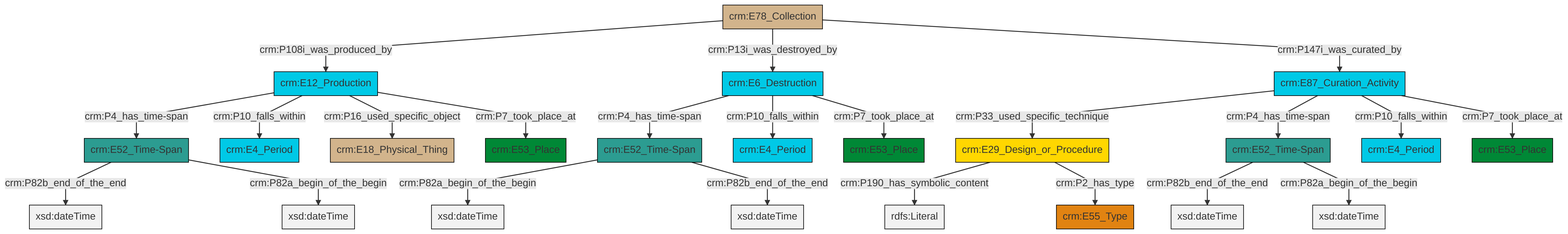
swiss-art-research-net/docs.swissartresearch keeps this Mermaid diagram as et/archivalCSV/ttl/mmd/png/archival_existence.png. Above is the earlier version. Its source is kept beside it as et/archivalCSV/ttl/mmd/archival_existence.ttl.mmd.
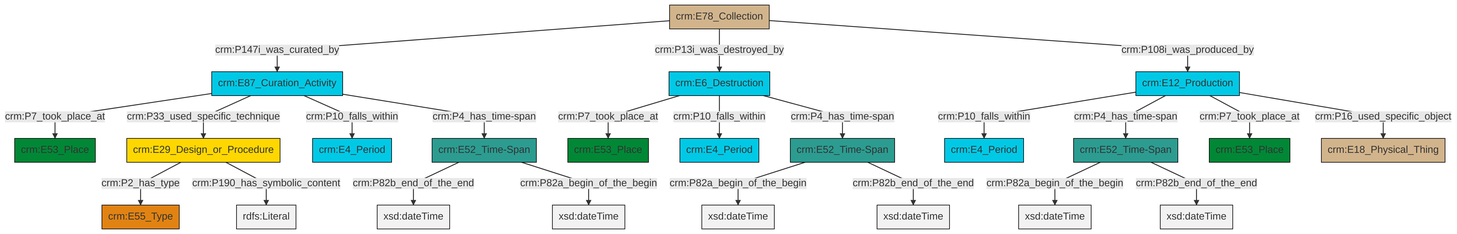
The same file after the commit.

The edit, as a diff of the source:
```diff
@@ -13,25 +13,25 @@
 classDef PC_Classes fill:#4ce600, stroke:#000000;
 classDef Multi fill:#cccccc,stroke:#000000;
 
-2["crm:E78_Collection"]:::Physical_Thing -->|crm:P108i_was_produced_by| 3["crm:E12_Production"]:::Temporal_Entity
-6["crm:E29_Design_or_Procedure"]:::Conceptual_Object -->|crm:P190_has_symbolic_content| 7[rdfs:Literal]:::Literal
-3["crm:E12_Production"]:::Temporal_Entity -->|crm:P4_has_time-span| 10["crm:E52_Time-Span"]:::Time-Span
-8["crm:E6_Destruction"]:::Temporal_Entity -->|crm:P4_has_time-span| 11["crm:E52_Time-Span"]:::Time-Span
-8["crm:E6_Destruction"]:::Temporal_Entity -->|crm:P10_falls_within| 12["crm:E4_Period"]:::Temporal_Entity
-2["crm:E78_Collection"]:::Physical_Thing -->|crm:P13i_was_destroyed_by| 8["crm:E6_Destruction"]:::Temporal_Entity
-3["crm:E12_Production"]:::Temporal_Entity -->|crm:P10_falls_within| 4["crm:E4_Period"]:::Temporal_Entity
-16["crm:E87_Curation_Activity"]:::Temporal_Entity -->|crm:P33_used_specific_technique| 6["crm:E29_Design_or_Procedure"]:::Conceptual_Object
-3["crm:E12_Production"]:::Temporal_Entity -->|crm:P16_used_specific_object| 21["crm:E18_Physical_Thing"]:::Physical_Thing
-6["crm:E29_Design_or_Procedure"]:::Conceptual_Object -->|crm:P2_has_type| 17["crm:E55_Type"]:::Type
-16["crm:E87_Curation_Activity"]:::Temporal_Entity -->|crm:P4_has_time-span| 25["crm:E52_Time-Span"]:::Time-Span
-10["crm:E52_Time-Span"]:::Time-Span -->|crm:P82b_end_of_the_end| 26[xsd:dateTime]:::Literal
-8["crm:E6_Destruction"]:::Temporal_Entity -->|crm:P7_took_place_at| 27["crm:E53_Place"]:::Place
-16["crm:E87_Curation_Activity"]:::Temporal_Entity -->|crm:P10_falls_within| 22["crm:E4_Period"]:::Temporal_Entity
-3["crm:E12_Production"]:::Temporal_Entity -->|crm:P7_took_place_at| 0["crm:E53_Place"]:::Place
-25["crm:E52_Time-Span"]:::Time-Span -->|crm:P82b_end_of_the_end| 29[xsd:dateTime]:::Literal
-10["crm:E52_Time-Span"]:::Time-Span -->|crm:P82a_begin_of_the_begin| 30[xsd:dateTime]:::Literal
-16["crm:E87_Curation_Activity"]:::Temporal_Entity -->|crm:P7_took_place_at| 14["crm:E53_Place"]:::Place
-2["crm:E78_Collection"]:::Physical_Thing -->|crm:P147i_was_curated_by| 16["crm:E87_Curation_Activity"]:::Temporal_Entity
-25["crm:E52_Time-Span"]:::Time-Span -->|crm:P82a_begin_of_the_begin| 35[xsd:dateTime]:::Literal
-11["crm:E52_Time-Span"]:::Time-Span -->|crm:P82a_begin_of_the_begin| 37[xsd:dateTime]:::Literal
-11["crm:E52_Time-Span"]:::Time-Span -->|crm:P82b_end_of_the_end| 38[xsd:dateTime]:::Literal
+4["crm:E52_Time-Span"]:::Time-Span -->|crm:P82a_begin_of_the_begin| 5[xsd:dateTime]:::Literal
+6["crm:E52_Time-Span"]:::Time-Span -->|crm:P82b_end_of_the_end| 7[xsd:dateTime]:::Literal
+2["crm:E6_Destruction"]:::Temporal_Entity -->|crm:P7_took_place_at| 8["crm:E53_Place"]:::Place
+9["crm:E87_Curation_Activity"]:::Temporal_Entity -->|crm:P7_took_place_at| 0["crm:E53_Place"]:::Place
+10["crm:E12_Production"]:::Temporal_Entity -->|crm:P10_falls_within| 11["crm:E4_Period"]:::Temporal_Entity
+9["crm:E87_Curation_Activity"]:::Temporal_Entity -->|crm:P33_used_specific_technique| 13["crm:E29_Design_or_Procedure"]:::Conceptual_Object
+9["crm:E87_Curation_Activity"]:::Temporal_Entity -->|crm:P10_falls_within| 15["crm:E4_Period"]:::Temporal_Entity
+6["crm:E52_Time-Span"]:::Time-Span -->|crm:P82a_begin_of_the_begin| 16[xsd:dateTime]:::Literal
+17["crm:E78_Collection"]:::Physical_Thing -->|crm:P147i_was_curated_by| 9["crm:E87_Curation_Activity"]:::Temporal_Entity
+10["crm:E12_Production"]:::Temporal_Entity -->|crm:P4_has_time-span| 18["crm:E52_Time-Span"]:::Time-Span
+4["crm:E52_Time-Span"]:::Time-Span -->|crm:P82b_end_of_the_end| 19[xsd:dateTime]:::Literal
+10["crm:E12_Production"]:::Temporal_Entity -->|crm:P7_took_place_at| 20["crm:E53_Place"]:::Place
+2["crm:E6_Destruction"]:::Temporal_Entity -->|crm:P10_falls_within| 23["crm:E4_Period"]:::Temporal_Entity
+13["crm:E29_Design_or_Procedure"]:::Conceptual_Object -->|crm:P2_has_type| 24["crm:E55_Type"]:::Type
+10["crm:E12_Production"]:::Temporal_Entity -->|crm:P16_used_specific_object| 26["crm:E18_Physical_Thing"]:::Physical_Thing
+18["crm:E52_Time-Span"]:::Time-Span -->|crm:P82a_begin_of_the_begin| 28[xsd:dateTime]:::Literal
+17["crm:E78_Collection"]:::Physical_Thing -->|crm:P13i_was_destroyed_by| 2["crm:E6_Destruction"]:::Temporal_Entity
+17["crm:E78_Collection"]:::Physical_Thing -->|crm:P108i_was_produced_by| 10["crm:E12_Production"]:::Temporal_Entity
+2["crm:E6_Destruction"]:::Temporal_Entity -->|crm:P4_has_time-span| 4["crm:E52_Time-Span"]:::Time-Span
+13["crm:E29_Design_or_Procedure"]:::Conceptual_Object -->|crm:P190_has_symbolic_content| 34[rdfs:Literal]:::Literal
+18["crm:E52_Time-Span"]:::Time-Span -->|crm:P82b_end_of_the_end| 35[xsd:dateTime]:::Literal
+9["crm:E87_Curation_Activity"]:::Temporal_Entity -->|crm:P4_has_time-span| 6["crm:E52_Time-Span"]:::Time-Span
```
